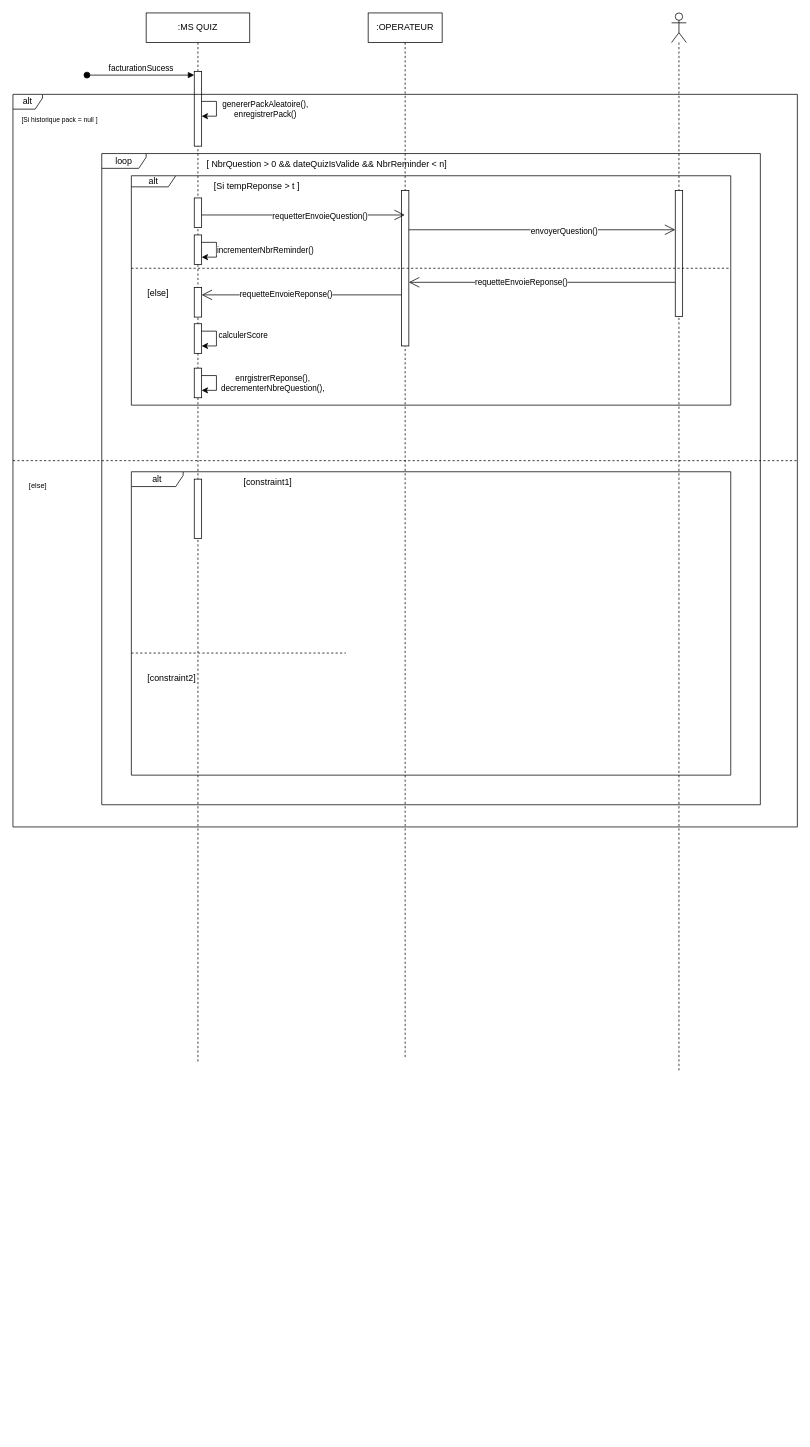
kbvac/Diagramme-UML keeps this draw.io diagram as page "DS-MODELE-GAME-B1" (4 of 4) of QuizDiagram.drawio. Above is the earlier version. Source tidied: cells renumbered, new cells numbered last; positions are measured from the earlier drawing's top-left corner, leaving out a move shared by most shapes. Both pictures are drawn from the tidied source at 74%, with x=0, y=0 at pixel (13, 13).
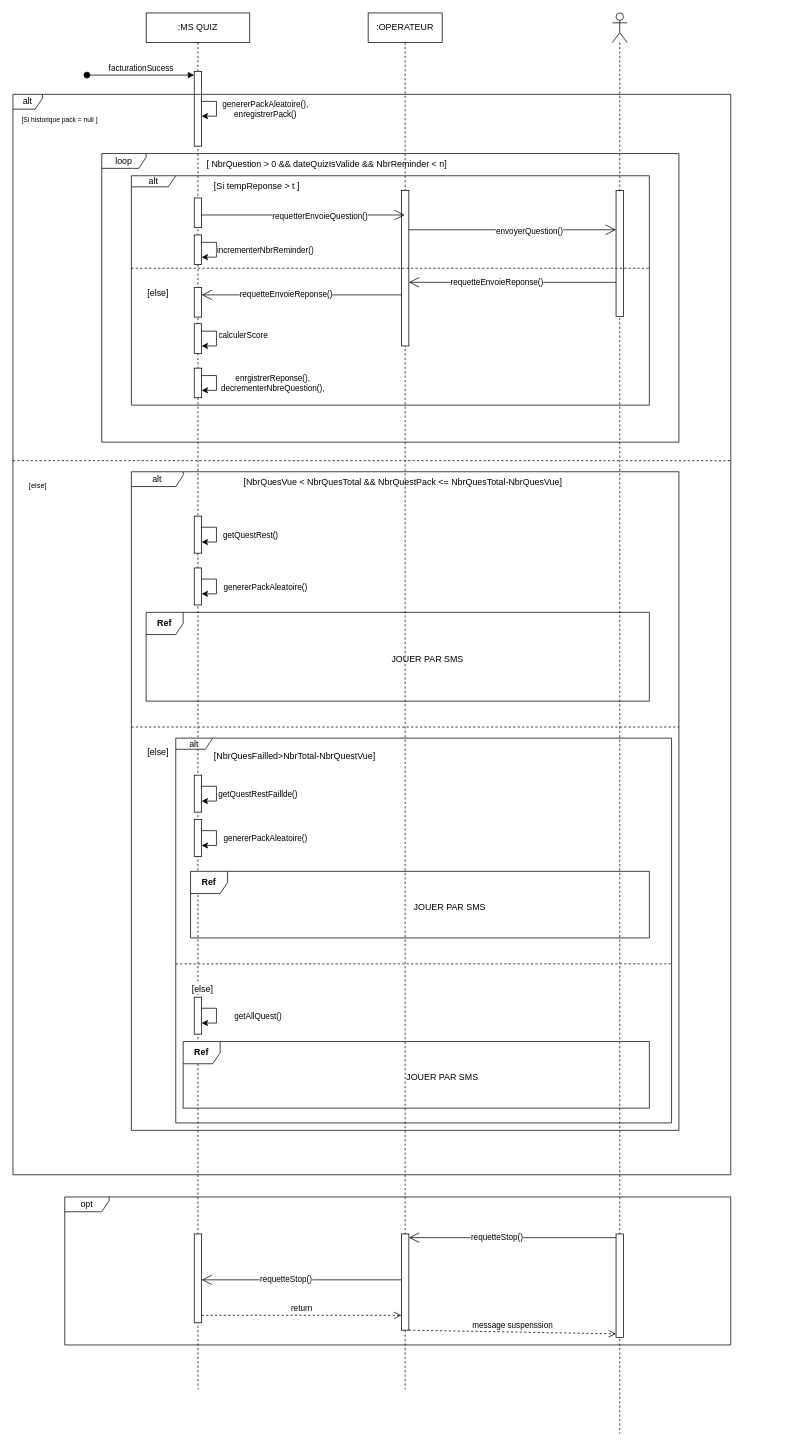
The same page after the edit.

The change refers to these unchanged cells:
```xml
<mxCell id="3" style="html=1;points=[[0,0,0,0,5],[0,1,0,0,-5],[1,0,0,0,5],[1,1,0,0,-5]];perimeter=orthogonalPerimeter;outlineConnect=0;targetShapes=umlLifeline;portConstraint=eastwest;newEdgeStyle={&quot;curved&quot;:0,&quot;rounded&quot;:0};" parent="2" vertex="1">
  <mxGeometry x="5" y="240" width="10" height="170" as="geometry" />
</mxCell>
```

What changed in the source:
```diff
@@
     <mxCell id="2" style="shape=umlLifeline;perimeter=lifelinePerimeter;whiteSpace=wrap;html=1;newEdgeStyle={&quot;curved&quot;:0,&quot;rounded&quot;:0};participant=umlActor;" parent="1" vertex="1">
-      <mxGeometry x="890" width="20" height="1430" as="geometry" />
+      <mxGeometry x="810" width="20" height="1920" as="geometry" />
     </mxCell>
@@
+    <mxCell id="42" style="html=1;points=[[0,0,0,0,5],[0,1,0,0,-5],[1,0,0,0,5],[1,1,0,0,-5]];perimeter=orthogonalPerimeter;outlineConnect=0;targetShapes=umlLifeline;portConstraint=eastwest;newEdgeStyle={&quot;curved&quot;:0,&quot;rounded&quot;:0};" parent="2" vertex="1">
+      <mxGeometry x="5" y="1650" width="10" height="140" as="geometry" />
+    </mxCell>
     <mxCell id="4" value=":OPERATEUR" style="shape=umlLifeline;perimeter=lifelinePerimeter;whiteSpace=wrap;html=1;newEdgeStyle={&quot;edgeStyle&quot;:&quot;elbowEdgeStyle&quot;,&quot;elbow&quot;:&quot;vertical&quot;,&quot;curved&quot;:0,&quot;rounded&quot;:0};" parent="1" vertex="1">
-      <mxGeometry x="480" width="100" height="1412" as="geometry" />
+      <mxGeometry x="480" width="100" height="1860" as="geometry" />
     </mxCell>
@@
     <mxCell id="6" value=":MS QUIZ" style="shape=umlLifeline;perimeter=lifelinePerimeter;whiteSpace=wrap;html=1;newEdgeStyle={&quot;edgeStyle&quot;:&quot;elbowEdgeStyle&quot;,&quot;elbow&quot;:&quot;vertical&quot;,&quot;curved&quot;:0,&quot;rounded&quot;:0};" parent="1" vertex="1">
-      <mxGeometry x="180" width="140" height="1420" as="geometry" />
+      <mxGeometry x="180" width="140" height="1860" as="geometry" />
     </mxCell>
@@
+    <mxCell id="43" style="html=1;points=[[0,0,0,0,5],[0,1,0,0,-5],[1,0,0,0,5],[1,1,0,0,-5]];perimeter=orthogonalPerimeter;outlineConnect=0;targetShapes=umlLifeline;portConstraint=eastwest;newEdgeStyle={&quot;curved&quot;:0,&quot;rounded&quot;:0};" parent="6" vertex="1">
+      <mxGeometry x="65" y="750" width="10" height="50" as="geometry" />
+    </mxCell>
+    <mxCell id="44" style="edgeStyle=orthogonalEdgeStyle;rounded=0;orthogonalLoop=1;jettySize=auto;html=1;curved=0;" parent="6" edge="1" source="43" target="43">
+      <mxGeometry relative="1" as="geometry" />
+    </mxCell>
+    <mxCell id="45" value="genererPackAleatoire()" style="edgeLabel;html=1;align=center;verticalAlign=middle;" parent="44" vertex="1">
+      <mxGeometry x="-0.22" relative="1" as="geometry">
+        <mxPoint x="65" y="7" as="offset" />
+      </mxGeometry>
+    </mxCell>
+    <mxCell id="46" style="html=1;points=[[0,0,0,0,5],[0,1,0,0,-5],[1,0,0,0,5],[1,1,0,0,-5]];perimeter=orthogonalPerimeter;outlineConnect=0;targetShapes=umlLifeline;portConstraint=eastwest;newEdgeStyle={&quot;curved&quot;:0,&quot;rounded&quot;:0};" parent="6" vertex="1">
+      <mxGeometry x="65" y="1030" width="10" height="50" as="geometry" />
+    </mxCell>
+    <mxCell id="47" style="edgeStyle=orthogonalEdgeStyle;rounded=0;orthogonalLoop=1;jettySize=auto;html=1;curved=0;" parent="6" edge="1" source="46" target="46">
+      <mxGeometry relative="1" as="geometry" />
+    </mxCell>
+    <mxCell id="48" value="getQuestRestFaillde()" style="edgeLabel;html=1;align=center;verticalAlign=middle;" parent="47" vertex="1">
+      <mxGeometry x="-0.22" relative="1" as="geometry">
+        <mxPoint x="55" y="7" as="offset" />
+      </mxGeometry>
+    </mxCell>
+    <mxCell id="49" style="html=1;points=[[0,0,0,0,5],[0,1,0,0,-5],[1,0,0,0,5],[1,1,0,0,-5]];perimeter=orthogonalPerimeter;outlineConnect=0;targetShapes=umlLifeline;portConstraint=eastwest;newEdgeStyle={&quot;curved&quot;:0,&quot;rounded&quot;:0};" parent="6" vertex="1">
+      <mxGeometry x="65" y="1090" width="10" height="50" as="geometry" />
+    </mxCell>
+    <mxCell id="50" style="edgeStyle=orthogonalEdgeStyle;rounded=0;orthogonalLoop=1;jettySize=auto;html=1;curved=0;" parent="6" edge="1" source="49" target="49">
+      <mxGeometry relative="1" as="geometry" />
+    </mxCell>
+    <mxCell id="51" value="genererPackAleatoire()" style="edgeLabel;html=1;align=center;verticalAlign=middle;" parent="50" vertex="1">
+      <mxGeometry x="-0.22" relative="1" as="geometry">
+        <mxPoint x="65" y="7" as="offset" />
+      </mxGeometry>
+    </mxCell>
+    <mxCell id="52" style="html=1;points=[[0,0,0,0,5],[0,1,0,0,-5],[1,0,0,0,5],[1,1,0,0,-5]];perimeter=orthogonalPerimeter;outlineConnect=0;targetShapes=umlLifeline;portConstraint=eastwest;newEdgeStyle={&quot;curved&quot;:0,&quot;rounded&quot;:0};" parent="6" vertex="1">
+      <mxGeometry x="65" y="1330" width="10" height="50" as="geometry" />
+    </mxCell>
+    <mxCell id="53" style="edgeStyle=orthogonalEdgeStyle;rounded=0;orthogonalLoop=1;jettySize=auto;html=1;curved=0;" parent="6" edge="1" source="52" target="52">
+      <mxGeometry relative="1" as="geometry" />
+    </mxCell>
+    <mxCell id="54" value="getAllQuest()" style="edgeLabel;html=1;align=center;verticalAlign=middle;" parent="53" vertex="1">
+      <mxGeometry x="-0.22" relative="1" as="geometry">
+        <mxPoint x="55" y="7" as="offset" />
+      </mxGeometry>
+    </mxCell>
     <mxCell id="22" value="alt" style="shape=umlFrame;whiteSpace=wrap;html=1;width=40;height=20;" parent="1" vertex="1">
-      <mxGeometry y="110" width="1060" height="990" as="geometry" />
+      <mxGeometry y="110" width="970" height="1460" as="geometry" />
     </mxCell>
@@
     <mxCell id="24" value="&lt;font style=&quot;font-size: 10px;&quot;&gt;[else]&lt;/font&gt;" style="line;strokeWidth=1;dashed=1;labelPosition=center;verticalLabelPosition=bottom;align=left;verticalAlign=top;spacingLeft=20;spacingTop=15;html=1;whiteSpace=wrap;" parent="22" vertex="1">
-      <mxGeometry y="490" width="1060" height="10" as="geometry" />
+      <mxGeometry y="490" width="970" height="10" as="geometry" />
     </mxCell>
@@
     <mxCell id="27" value="loop" style="shape=umlFrame;whiteSpace=wrap;html=1;width=60;height=20;" parent="1" vertex="1">
-      <mxGeometry x="120" y="190" width="890" height="880" as="geometry" />
+      <mxGeometry x="120" y="190" width="780" height="390" as="geometry" />
     </mxCell>
@@
-    <mxCell id="29" style="html=1;points=[[0,0,0,0,5],[0,1,0,0,-5],[1,0,0,0,5],[1,1,0,0,-5]];perimeter=orthogonalPerimeter;outlineConnect=0;targetShapes=umlLifeline;portConstraint=eastwest;newEdgeStyle={&quot;curved&quot;:0,&quot;rounded&quot;:0};" parent="27" vertex="1">
-      <mxGeometry x="125" y="440" width="10" height="80" as="geometry" />
-    </mxCell>
     <mxCell id="30" value="alt" style="shape=umlFrame;whiteSpace=wrap;html=1;width=70;height=20;" parent="27" vertex="1">
-      <mxGeometry x="40" y="430" width="810" height="410" as="geometry" />
+      <mxGeometry x="40" y="430" width="740" height="890" as="geometry" />
     </mxCell>
-    <mxCell id="31" value="[constraint1]" style="text;html=1;" parent="30" vertex="1">
+    <mxCell id="31" value="[NbrQuesVue &amp;lt; NbrQuesTotal &amp;amp;&amp;amp; NbrQuestPack &amp;lt;=&amp;nbsp;NbrQuesTotal-NbrQuesVue]" style="text;html=1;" parent="30" vertex="1">
       <mxGeometry width="100" height="20" relative="1" as="geometry">
         <mxPoint x="150" as="offset" />
       </mxGeometry>
     </mxCell>
-    <mxCell id="32" value="[constraint2]" style="line;strokeWidth=1;dashed=1;labelPosition=center;verticalLabelPosition=bottom;align=left;verticalAlign=top;spacingLeft=20;spacingTop=15;html=1;whiteSpace=wrap;" parent="30" vertex="1">
-      <mxGeometry y="240" width="290" height="10" as="geometry" />
+    <mxCell id="32" value="[else]" style="line;strokeWidth=1;dashed=1;labelPosition=center;verticalLabelPosition=bottom;align=left;verticalAlign=top;spacingLeft=20;spacingTop=15;html=1;whiteSpace=wrap;" parent="30" vertex="1">
+      <mxGeometry y="340" width="740" height="10" as="geometry" />
     </mxCell>
+    <mxCell id="29" style="html=1;points=[[0,0,0,0,5],[0,1,0,0,-5],[1,0,0,0,5],[1,1,0,0,-5]];perimeter=orthogonalPerimeter;outlineConnect=0;targetShapes=umlLifeline;portConstraint=eastwest;newEdgeStyle={&quot;curved&quot;:0,&quot;rounded&quot;:0};" parent="30" vertex="1">
+      <mxGeometry x="85" y="60" width="10" height="50" as="geometry" />
+    </mxCell>
+    <mxCell id="55" style="edgeStyle=orthogonalEdgeStyle;rounded=0;orthogonalLoop=1;jettySize=auto;html=1;curved=0;" parent="30" edge="1" source="29" target="29">
+      <mxGeometry relative="1" as="geometry" />
+    </mxCell>
+    <mxCell id="56" value="getQuestRest()" style="edgeLabel;html=1;align=center;verticalAlign=middle;" parent="55" vertex="1">
+      <mxGeometry x="-0.22" relative="1" as="geometry">
+        <mxPoint x="45" y="7" as="offset" />
+      </mxGeometry>
+    </mxCell>
+    <mxCell id="57" value="Ref" style="shape=umlFrame;whiteSpace=wrap;html=1;width=50;fontStyle=1;" parent="30" vertex="1">
+      <mxGeometry x="20" y="190" width="680" height="120" as="geometry" />
+    </mxCell>
+    <mxCell id="58" value="JOUER PAR SMS" style="text;align=center;html=1;" parent="57" vertex="1">
+      <mxGeometry width="100" height="20" relative="1" as="geometry">
+        <mxPoint x="330" y="50" as="offset" />
+      </mxGeometry>
+    </mxCell>
+    <mxCell id="59" value="alt" style="shape=umlFrame;whiteSpace=wrap;html=1;width=50;height=15;" parent="30" vertex="1">
+      <mxGeometry x="60" y="360" width="670" height="520" as="geometry" />
+    </mxCell>
+    <mxCell id="60" value="[NbrQuesFailled&amp;gt;NbrTotal-NbrQuestVue]" style="text;html=1;" parent="59" vertex="1">
+      <mxGeometry width="100" height="20" relative="1" as="geometry">
+        <mxPoint x="50" y="10" as="offset" />
+      </mxGeometry>
+    </mxCell>
+    <mxCell id="61" value="[else]" style="line;strokeWidth=1;dashed=1;labelPosition=center;verticalLabelPosition=bottom;align=left;verticalAlign=top;spacingLeft=20;spacingTop=15;html=1;whiteSpace=wrap;" parent="59" vertex="1">
+      <mxGeometry y="300" width="670" height="10" as="geometry" />
+    </mxCell>
+    <mxCell id="62" value="Ref" style="shape=umlFrame;whiteSpace=wrap;html=1;width=50;fontStyle=1;" parent="59" vertex="1">
+      <mxGeometry x="20" y="180" width="620" height="90" as="geometry" />
+    </mxCell>
+    <mxCell id="63" value="JOUER PAR SMS" style="text;align=center;html=1;" parent="62" vertex="1">
+      <mxGeometry width="100" height="20" relative="1" as="geometry">
+        <mxPoint x="300" y="35" as="offset" />
+      </mxGeometry>
+    </mxCell>
+    <mxCell id="64" value="Ref" style="shape=umlFrame;whiteSpace=wrap;html=1;width=50;fontStyle=1;" parent="59" vertex="1">
+      <mxGeometry x="10" y="410" width="630" height="90" as="geometry" />
+    </mxCell>
+    <mxCell id="65" value="JOUER PAR SMS" style="text;align=center;html=1;" parent="64" vertex="1">
+      <mxGeometry width="100" height="20" relative="1" as="geometry">
+        <mxPoint x="300" y="35" as="offset" />
+      </mxGeometry>
+    </mxCell>
     <mxCell id="33" value="alt" style="shape=umlFrame;whiteSpace=wrap;html=1;width=60;height=15;" parent="1" vertex="1">
-      <mxGeometry x="160" y="220" width="810" height="310" as="geometry" />
+      <mxGeometry x="160" y="220" width="700" height="310" as="geometry" />
     </mxCell>
@@
     <mxCell id="35" value="[else]" style="line;strokeWidth=1;dashed=1;labelPosition=center;verticalLabelPosition=bottom;align=left;verticalAlign=top;spacingLeft=20;spacingTop=15;html=1;whiteSpace=wrap;" parent="33" vertex="1">
-      <mxGeometry y="120" width="810" height="10" as="geometry" />
+      <mxGeometry y="120" width="700" height="10" as="geometry" />
     </mxCell>
-    <mxCell id="36" style="endArrow=open;endFill=1;endSize=12;html=1;rounded=0;" parent="1" edge="1">
+    <mxCell id="36" style="endArrow=open;endFill=1;endSize=12;html=1;rounded=0;" parent="1" edge="1" source="3">
       <mxGeometry relative="1" as="geometry">
-        <mxPoint x="895" y="364" as="sourcePoint" />
         <mxPoint x="535" y="364" as="targetPoint" />
       </mxGeometry>
     </mxCell>
@@
+    <mxCell id="66" value="opt" style="shape=umlFrame;whiteSpace=wrap;html=1;width=60;height=20;" parent="1" vertex="1">
+      <mxGeometry x="70" y="1600" width="900" height="200" as="geometry" />
+    </mxCell>
+    <mxCell id="67" style="html=1;points=[[0,0,0,0,5],[0,1,0,0,-5],[1,0,0,0,5],[1,1,0,0,-5]];perimeter=orthogonalPerimeter;outlineConnect=0;targetShapes=umlLifeline;portConstraint=eastwest;newEdgeStyle={&quot;curved&quot;:0,&quot;rounded&quot;:0};" parent="66" vertex="1">
+      <mxGeometry x="455" y="50" width="10" height="130" as="geometry" />
+    </mxCell>
+    <mxCell id="68" style="html=1;perimeter=orthogonalPerimeter;targetShapes=umlLifeline;newEdgeStyle={&quot;curved&quot;:0,&quot;rounded&quot;:0};" parent="66" vertex="1">
+      <mxGeometry x="175" y="50" width="10" height="120" as="geometry" />
+    </mxCell>
+    <mxCell id="69" style="endArrow=open;endFill=1;endSize=12;html=1;rounded=0;" parent="66" edge="1">
+      <mxGeometry relative="1" as="geometry">
+        <mxPoint x="455" y="112" as="sourcePoint" />
+        <mxPoint x="185" y="112" as="targetPoint" />
+      </mxGeometry>
+    </mxCell>
+    <mxCell id="70" value="requetteStop()" style="edgeLabel;html=1;align=center;verticalAlign=middle;" parent="69" vertex="1">
+      <mxGeometry x="0.16" y="-1" relative="1" as="geometry" />
+    </mxCell>
+    <mxCell id="71" value="return" style="html=1;verticalAlign=bottom;endArrow=open;dashed=1;endSize=8;curved=0;rounded=0;" parent="66" edge="1">
+      <mxGeometry relative="1" as="geometry">
+        <mxPoint x="185" y="160" as="sourcePoint" />
+        <mxPoint x="455" y="160" as="targetPoint" />
+      </mxGeometry>
+    </mxCell>
+    <mxCell id="72" style="endArrow=open;endFill=1;endSize=12;html=1;rounded=0;exitX=0;exitY=0;exitDx=0;exitDy=5;exitPerimeter=0;" parent="1" edge="1" source="42" target="67">
+      <mxGeometry relative="1" as="geometry" />
+    </mxCell>
+    <mxCell id="73" value="requetteStop()" style="edgeLabel;html=1;align=center;verticalAlign=middle;" parent="72" vertex="1">
+      <mxGeometry x="0.16" y="-1" relative="1" as="geometry" />
+    </mxCell>
+    <mxCell id="74" value="message suspenssion" style="html=1;verticalAlign=bottom;endArrow=open;dashed=1;endSize=8;curved=0;rounded=0;entryX=0;entryY=1;entryDx=0;entryDy=-5;entryPerimeter=0;" parent="1" edge="1" source="67" target="42">
+      <mxGeometry relative="1" as="geometry" />
+    </mxCell>
```
